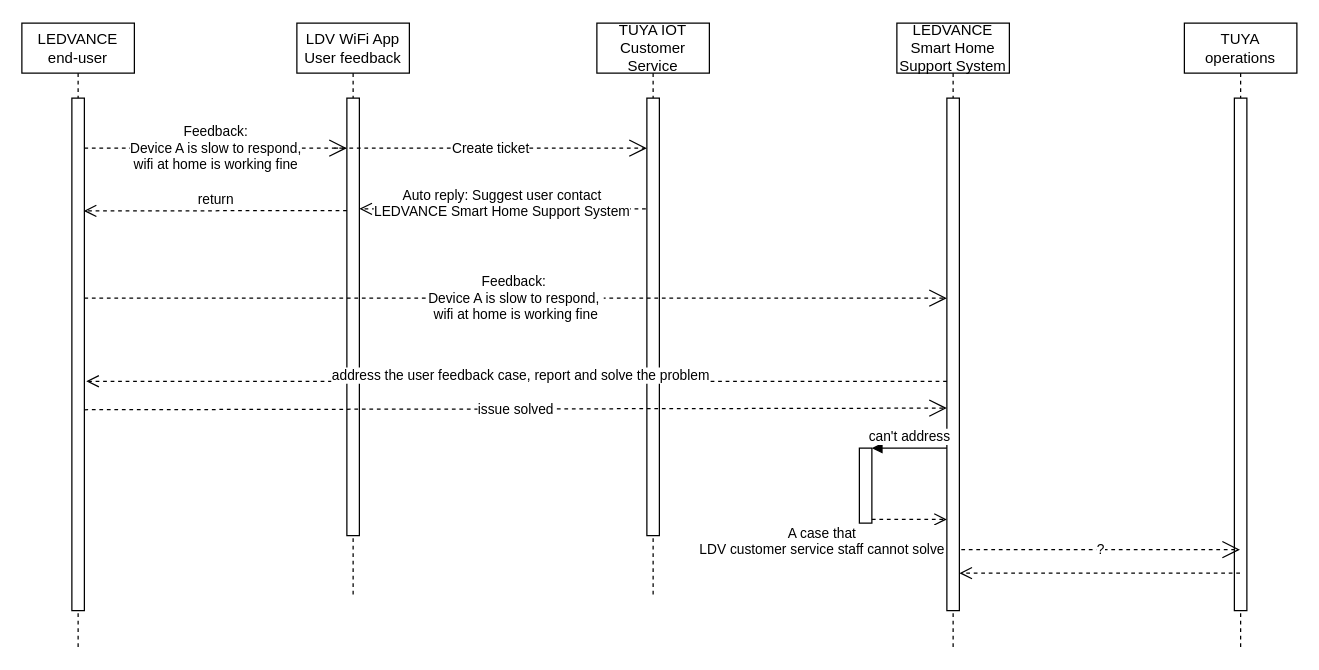
Before: Untitled Diagram.drawio in leebeet/BeetToolManager, a draw.io diagram. Source tidied: cells renumbered, new cells numbered last; positions are measured from the earlier drawing's top-left corner, leaving out a move shared by most shapes. Both pictures are drawn from the tidied source at 125%, with x=0, y=0 at pixel (21, 22).
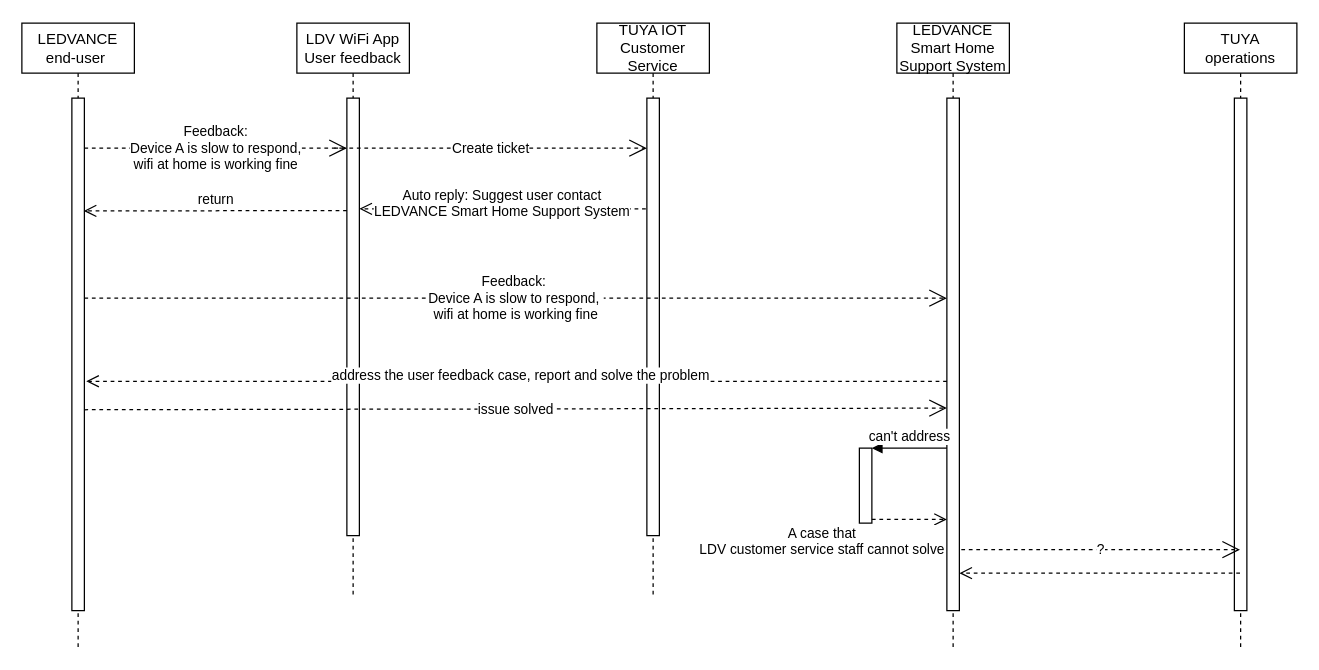
The same page after the edit.

The edit, as a diff of the source:
```diff
@@
-    <mxCell id="2" value="LEDVANCE&lt;br&gt;end-user" style="shape=umlLifeline;perimeter=lifelinePerimeter;whiteSpace=wrap;html=1;" parent="1" vertex="1">
+    <mxCell id="2" value="LEDVANCE&lt;br&gt;end-user&amp;nbsp;" style="shape=umlLifeline;perimeter=lifelinePerimeter;whiteSpace=wrap;html=1;" parent="1" vertex="1">
       <mxGeometry width="90" height="500" as="geometry" />
     </mxCell>
```
